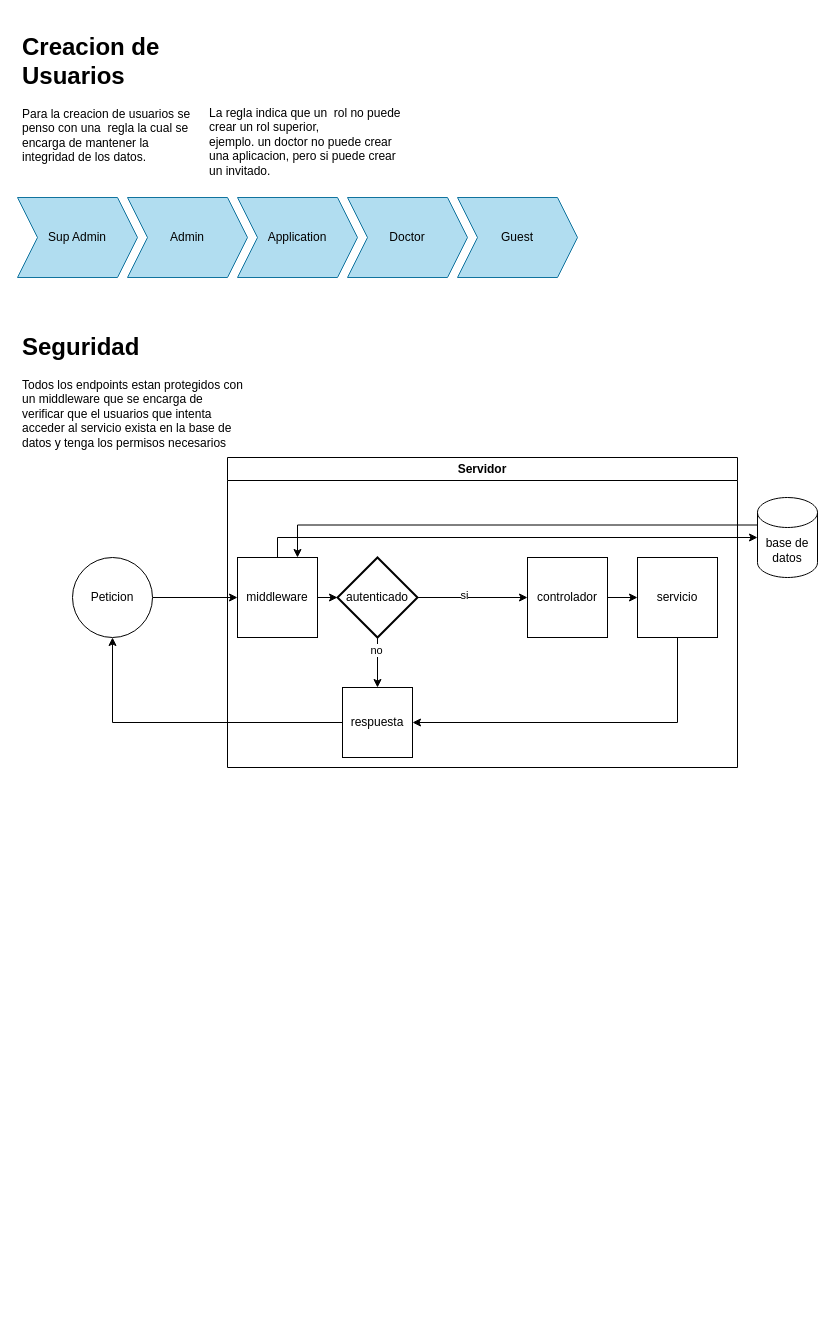
Before: diagrama-roles.drawio in davinzifc/diagrams, a draw.io diagram. Source tidied: cells renumbered, new cells numbered last; positions are measured from the earlier drawing's top-left corner, leaving out a move shared by most shapes. Both pictures are drawn from the tidied source at 100%, with x=0, y=0 at pixel (17, 27).
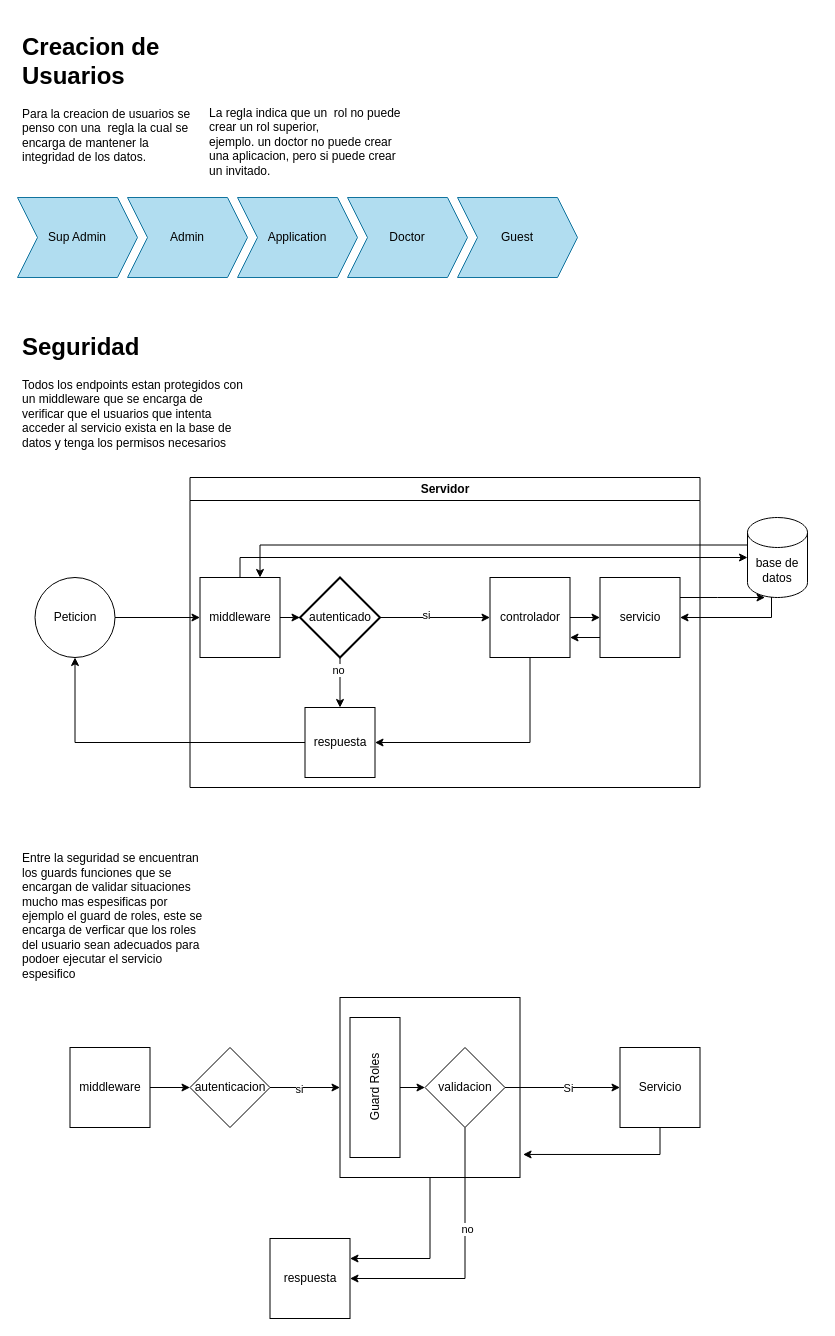
After the change.

The change refers to these unchanged cells:
```xml
<mxCell id="14" value="middleware" style="whiteSpace=wrap;html=1;" parent="12" vertex="1">
  <mxGeometry x="10" y="100" width="80" height="80" as="geometry" />
</mxCell>
<mxCell id="16" value="controlador" style="whiteSpace=wrap;html=1;" parent="12" vertex="1">
  <mxGeometry x="300" y="100" width="80" height="80" as="geometry" />
</mxCell>
<mxCell id="18" value="servicio" style="whiteSpace=wrap;html=1;" parent="12" vertex="1">
  <mxGeometry x="410" y="100" width="80" height="80" as="geometry" />
</mxCell>
<mxCell id="24" value="respuesta" style="whiteSpace=wrap;html=1;" parent="12" vertex="1">
  <mxGeometry x="115" y="230" width="70" height="70" as="geometry" />
</mxCell>
```

What changed in the source:
```diff
@@
     <mxCell id="11" value="Peticion" style="ellipse;whiteSpace=wrap;html=1;" parent="1" vertex="1">
-      <mxGeometry x="55" y="530" width="80" height="80" as="geometry" />
+      <mxGeometry x="17.5" y="550" width="80" height="80" as="geometry" />
     </mxCell>
     <mxCell id="12" value="Servidor" style="swimlane;whiteSpace=wrap;html=1;" parent="1" vertex="1">
-      <mxGeometry x="210" y="430" width="510" height="310" as="geometry" />
+      <mxGeometry x="172.5" y="450" width="510" height="310" as="geometry" />
     </mxCell>
@@
+    <mxCell id="29" style="edgeStyle=orthogonalEdgeStyle;rounded=0;jettySize=auto;html=1;exitX=0.5;exitY=1;exitDx=0;exitDy=0;entryX=1;entryY=0.5;entryDx=0;entryDy=0;" parent="12" edge="1" source="16" target="24">
+      <mxGeometry relative="1" as="geometry" />
+    </mxCell>
@@
-    <mxCell id="17" style="edgeStyle=orthogonalEdgeStyle;rounded=0;jettySize=auto;html=1;entryX=1;entryY=0.5;entryDx=0;entryDy=0;" parent="12" edge="1" source="18" target="24">
-      <mxGeometry relative="1" as="geometry">
-        <Array as="points">
-          <mxPoint x="450" y="265" />
-        </Array>
-      </mxGeometry>
-    </mxCell>
+    <mxCell id="30" style="edgeStyle=orthogonalEdgeStyle;rounded=0;jettySize=auto;html=1;exitX=0;exitY=0.75;exitDx=0;exitDy=0;entryX=1;entryY=0.75;entryDx=0;entryDy=0;" parent="12" edge="1" source="18" target="16">
+      <mxGeometry relative="1" as="geometry" />
+    </mxCell>
@@
+    <mxCell id="31" style="edgeStyle=orthogonalEdgeStyle;rounded=0;jettySize=auto;html=1;exitX=0.855;exitY=1;exitDx=0;exitDy=-4.35;exitPerimeter=0;" parent="1" edge="1" source="27" target="18">
+      <mxGeometry relative="1" as="geometry">
+        <Array as="points">
+          <mxPoint x="754" y="590" />
+        </Array>
+      </mxGeometry>
+    </mxCell>
     <mxCell id="27" value="base de datos" style="shape=cylinder3;whiteSpace=wrap;html=1;boundedLbl=1;backgroundOutline=1;size=15;" parent="1" vertex="1">
-      <mxGeometry x="740" y="470" width="60" height="80" as="geometry" />
+      <mxGeometry x="730" y="490" width="60" height="80" as="geometry" />
     </mxCell>
     <mxCell id="28" style="edgeStyle=orthogonalEdgeStyle;rounded=0;jettySize=auto;html=1;" parent="1" edge="1" source="14" target="27">
       <mxGeometry relative="1" as="geometry">
         <Array as="points">
-          <mxPoint x="260" y="510" />
+          <mxPoint x="222.5" y="530" />
         </Array>
       </mxGeometry>
     </mxCell>
+    <mxCell id="32" style="edgeStyle=orthogonalEdgeStyle;rounded=0;jettySize=auto;html=1;exitX=1;exitY=0.25;exitDx=0;exitDy=0;entryX=0.292;entryY=1;entryDx=0;entryDy=0;entryPerimeter=0;" parent="1" edge="1" source="18" target="27">
+      <mxGeometry relative="1" as="geometry">
+        <Array as="points">
+          <mxPoint x="700" y="570" />
+          <mxPoint x="700" y="570" />
+        </Array>
+      </mxGeometry>
+    </mxCell>
+    <mxCell id="33" value="&lt;br&gt;Entre la seguridad se encuentran los guards funciones que se encargan de validar situaciones mucho mas espesificas por ejemplo el guard de roles, este se encarga de verficar que los roles del usuario sean adecuados para podoer ejecutar el servicio espesifico" style="text;html=1;strokeColor=none;fillColor=none;spacing=5;spacingTop=-20;whiteSpace=wrap;overflow=hidden;rounded=0;" parent="1" vertex="1">
+      <mxGeometry y="820" width="190" height="140" as="geometry" />
+    </mxCell>
+    <mxCell id="34" style="edgeStyle=orthogonalEdgeStyle;rounded=0;jettySize=auto;html=1;exitX=0.5;exitY=1;exitDx=0;exitDy=0;entryX=1;entryY=0.25;entryDx=0;entryDy=0;" parent="1" edge="1" source="35" target="51">
+      <mxGeometry relative="1" as="geometry" />
+    </mxCell>
+    <mxCell id="35" style="whiteSpace=wrap;html=1;" parent="1" vertex="1">
+      <mxGeometry x="322.5" y="970" width="180" height="180" as="geometry" />
+    </mxCell>
+    <mxCell id="36" style="edgeStyle=orthogonalEdgeStyle;rounded=0;jettySize=auto;html=1;exitX=1;exitY=0.5;exitDx=0;exitDy=0;entryX=0;entryY=0.5;entryDx=0;entryDy=0;" parent="1" edge="1" source="37" target="50">
+      <mxGeometry relative="1" as="geometry" />
+    </mxCell>
+    <mxCell id="37" value="middleware" style="whiteSpace=wrap;html=1;" parent="1" vertex="1">
+      <mxGeometry x="52.5" y="1020" width="80" height="80" as="geometry" />
+    </mxCell>
+    <mxCell id="38" style="edgeStyle=orthogonalEdgeStyle;rounded=0;jettySize=auto;html=1;exitX=1;exitY=0.5;exitDx=0;exitDy=0;entryX=0;entryY=0.5;entryDx=0;entryDy=0;" parent="1" edge="1" source="39" target="47">
+      <mxGeometry relative="1" as="geometry" />
+    </mxCell>
+    <mxCell id="39" style="rounded=0;whiteSpace=wrap;html=1;" parent="1" vertex="1">
+      <mxGeometry x="332.5" y="990" width="50" height="140" as="geometry" />
+    </mxCell>
+    <mxCell id="40" value="Guard Roles" style="text;html=1;strokeColor=none;fillColor=none;align=center;verticalAlign=middle;whiteSpace=wrap;rounded=0;rotation=-90;" parent="1" vertex="1">
+      <mxGeometry x="307.5" y="1045" width="100" height="30" as="geometry" />
+    </mxCell>
+    <mxCell id="41" style="edgeStyle=orthogonalEdgeStyle;rounded=0;jettySize=auto;html=1;exitX=0.5;exitY=1;exitDx=0;exitDy=0;entryX=1.017;entryY=0.872;entryDx=0;entryDy=0;entryPerimeter=0;" parent="1" edge="1" source="42" target="35">
+      <mxGeometry relative="1" as="geometry" />
+    </mxCell>
+    <mxCell id="42" value="Servicio" style="whiteSpace=wrap;html=1;" parent="1" vertex="1">
+      <mxGeometry x="602.5" y="1020" width="80" height="80" as="geometry" />
+    </mxCell>
+    <mxCell id="43" style="edgeStyle=orthogonalEdgeStyle;rounded=0;jettySize=auto;html=1;exitX=1;exitY=0.5;exitDx=0;exitDy=0;entryX=0;entryY=0.5;entryDx=0;entryDy=0;" parent="1" edge="1" source="47" target="42">
+      <mxGeometry relative="1" as="geometry" />
+    </mxCell>
+    <mxCell id="44" value="Si" style="edgeLabel;html=1;align=center;verticalAlign=middle;" parent="43" vertex="1">
+      <mxGeometry x="0.1" relative="1" as="geometry" />
+    </mxCell>
+    <mxCell id="45" style="edgeStyle=orthogonalEdgeStyle;rounded=0;jettySize=auto;html=1;exitX=0.5;exitY=1;exitDx=0;exitDy=0;entryX=1;entryY=0.5;entryDx=0;entryDy=0;" parent="1" edge="1" source="47" target="51">
+      <mxGeometry relative="1" as="geometry" />
+    </mxCell>
+    <mxCell id="46" value="no" style="edgeLabel;html=1;align=center;verticalAlign=middle;" parent="45" vertex="1">
+      <mxGeometry x="-0.24" y="2" relative="1" as="geometry" />
+    </mxCell>
+    <mxCell id="47" value="validacion" style="rhombus;whiteSpace=wrap;html=1;" parent="1" vertex="1">
+      <mxGeometry x="407.5" y="1020" width="80" height="80" as="geometry" />
+    </mxCell>
+    <mxCell id="48" style="edgeStyle=orthogonalEdgeStyle;rounded=0;jettySize=auto;html=1;exitX=1;exitY=0.5;exitDx=0;exitDy=0;entryX=0;entryY=0.5;entryDx=0;entryDy=0;" parent="1" edge="1" source="50" target="35">
+      <mxGeometry relative="1" as="geometry" />
+    </mxCell>
+    <mxCell id="49" value="si" style="edgeLabel;html=1;align=center;verticalAlign=middle;" parent="48" vertex="1">
+      <mxGeometry x="-0.19" y="-1" relative="1" as="geometry">
+        <mxPoint x="1" as="offset" />
+      </mxGeometry>
+    </mxCell>
+    <mxCell id="50" value="autenticacion" style="rhombus;whiteSpace=wrap;html=1;" parent="1" vertex="1">
+      <mxGeometry x="172.5" y="1020" width="80" height="80" as="geometry" />
+    </mxCell>
+    <mxCell id="51" value="respuesta" style="whiteSpace=wrap;html=1;" parent="1" vertex="1">
+      <mxGeometry x="252.5" y="1211" width="80" height="80" as="geometry" />
+    </mxCell>
```
